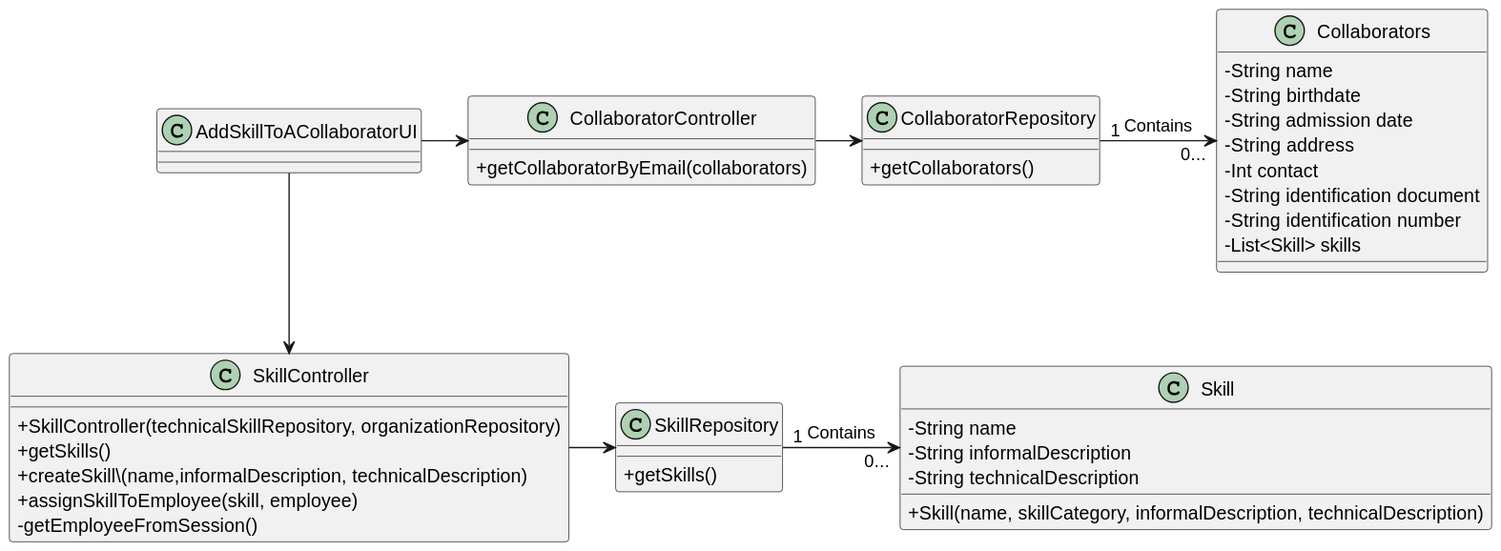
Above: docs/sprintB/us004/03.design/svg/us004-class-diagram.svg in RicardoMorim/lapr2-ISEP-Project (PlantUML), before the change.
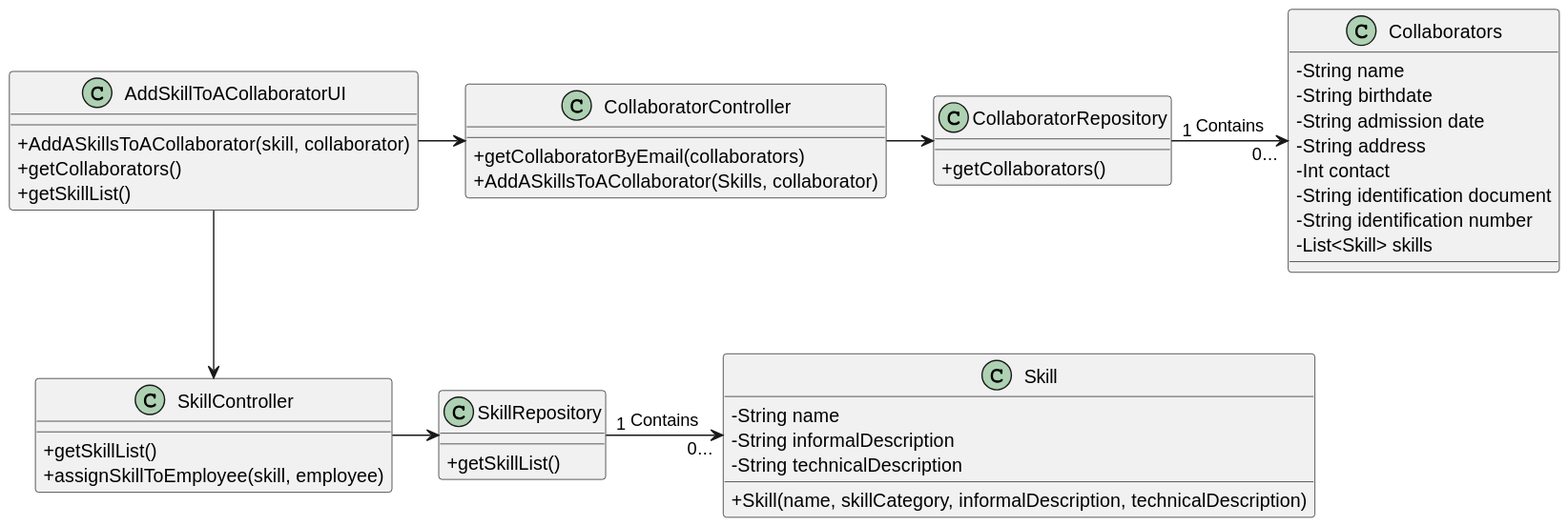
Later version of the same file.

What changed in the source:
```diff
@@ -17,16 +17,17 @@
 }
 
 class SkillController {
-    + SkillController(technicalSkillRepository, organizationRepository)
-    + getSkills()
-    + createSkill\(name,informalDescription, technicalDescription)
+    + getSkillList()
     + assignSkillToEmployee(skill, employee)
-    - getEmployeeFromSession()
 }
 
 
 
 class AddSkillToACollaboratorUI {
+
+    + AddASkillsToACollaborator(skill, collaborator)
+    + getCollaborators()
+    + getSkillList()
 }
 
 class CollaboratorRepository{
@@ -34,7 +35,7 @@
 }
 
 class SkillRepository{
-    + getSkills()
+    + getSkillList()
 }
 class Collaborators{
     -String name
@@ -49,6 +50,7 @@
 
 class CollaboratorController{
     + getCollaboratorByEmail(collaborators)
+    + AddASkillsToACollaborator(Skills, collaborator)
 }
 
 AddSkillToACollaboratorUI --> SkillController
```
